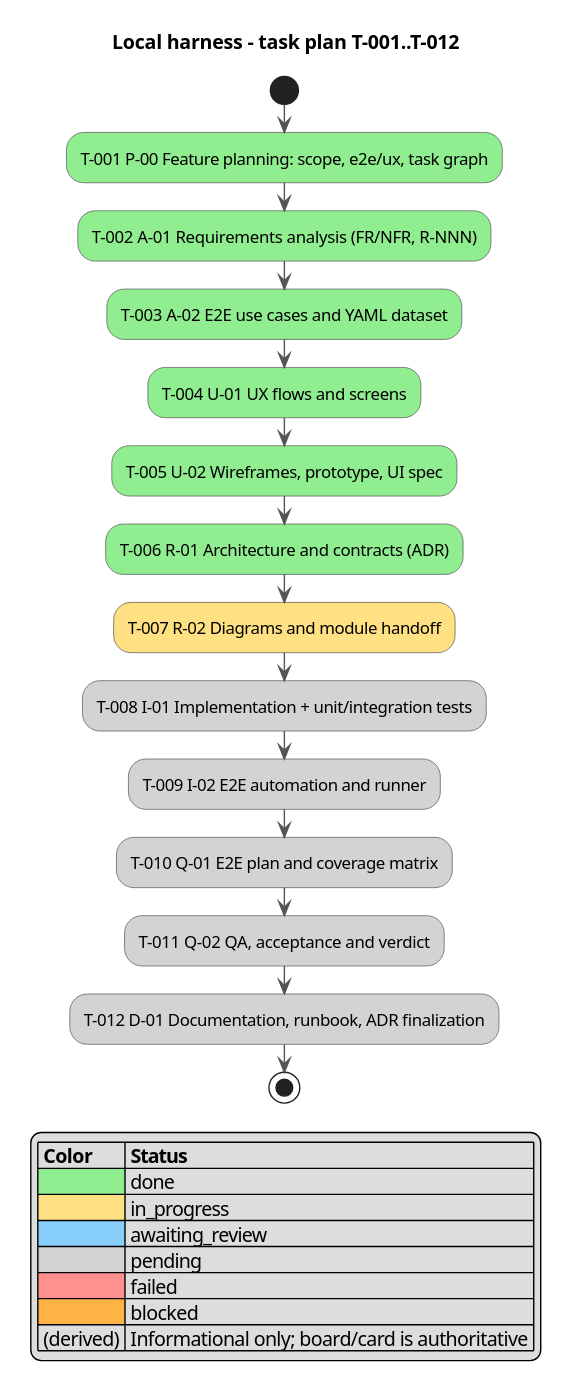
serge-sasov/ai-task-tracker keeps this PlantUML diagram as docs/activity.svg. Above is the earlier version.
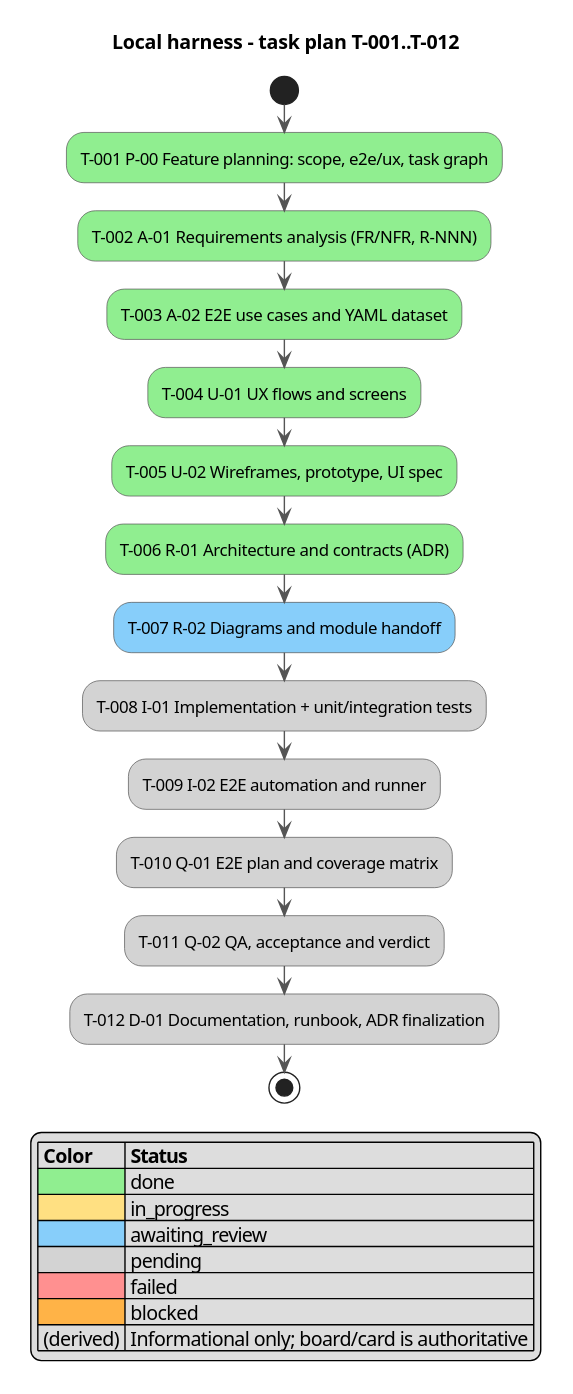
Later version of the same file.

Change to the diagram source:
```diff
@@ -12,7 +12,7 @@
 :T-004 U-01 UX flows and screens; <<#90EE90>>
 :T-005 U-02 Wireframes, prototype, UI spec; <<#90EE90>>
 :T-006 R-01 Architecture and contracts (ADR); <<#90EE90>>
-:T-007 R-02 Diagrams and module handoff; <<#FFE082>>
+:T-007 R-02 Diagrams and module handoff; <<#87CEFA>>
 :T-008 I-01 Implementation + unit/integration tests; <<#D3D3D3>>
 :T-009 I-02 E2E automation and runner; <<#D3D3D3>>
 :T-010 Q-01 E2E plan and coverage matrix; <<#D3D3D3>>
```
